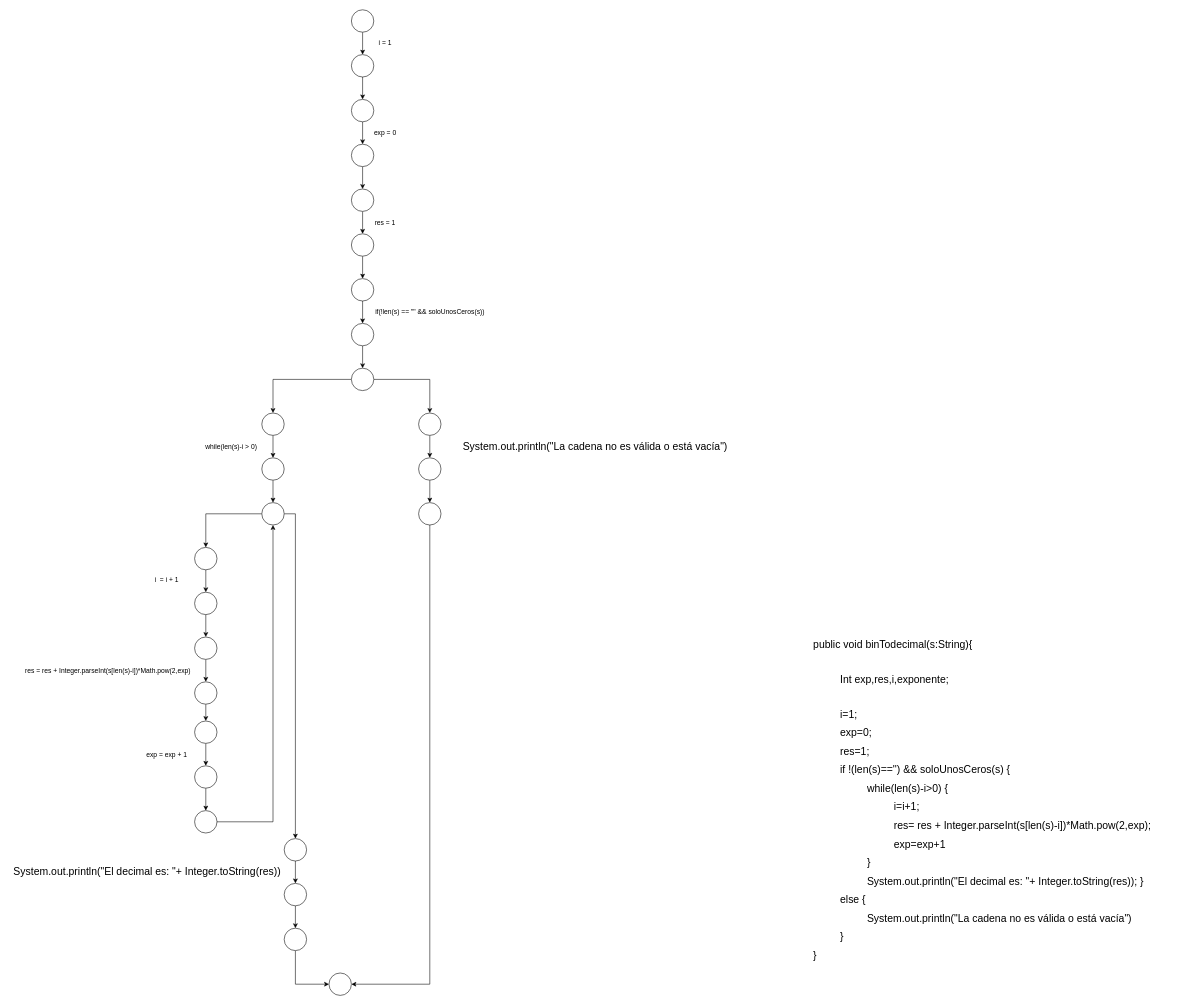
Above: DiagramFlujoDeControl/3erParcialDiseño.drawio in Luchit0-afk/Diagramas (draw.io), before the change. Source tidied: cells renumbered, new cells numbered last; positions are measured from the earlier drawing's top-left corner, leaving out a move shared by most shapes. Both pictures are drawn from the tidied source at 56%, with x=0, y=0 at pixel (10, 10).
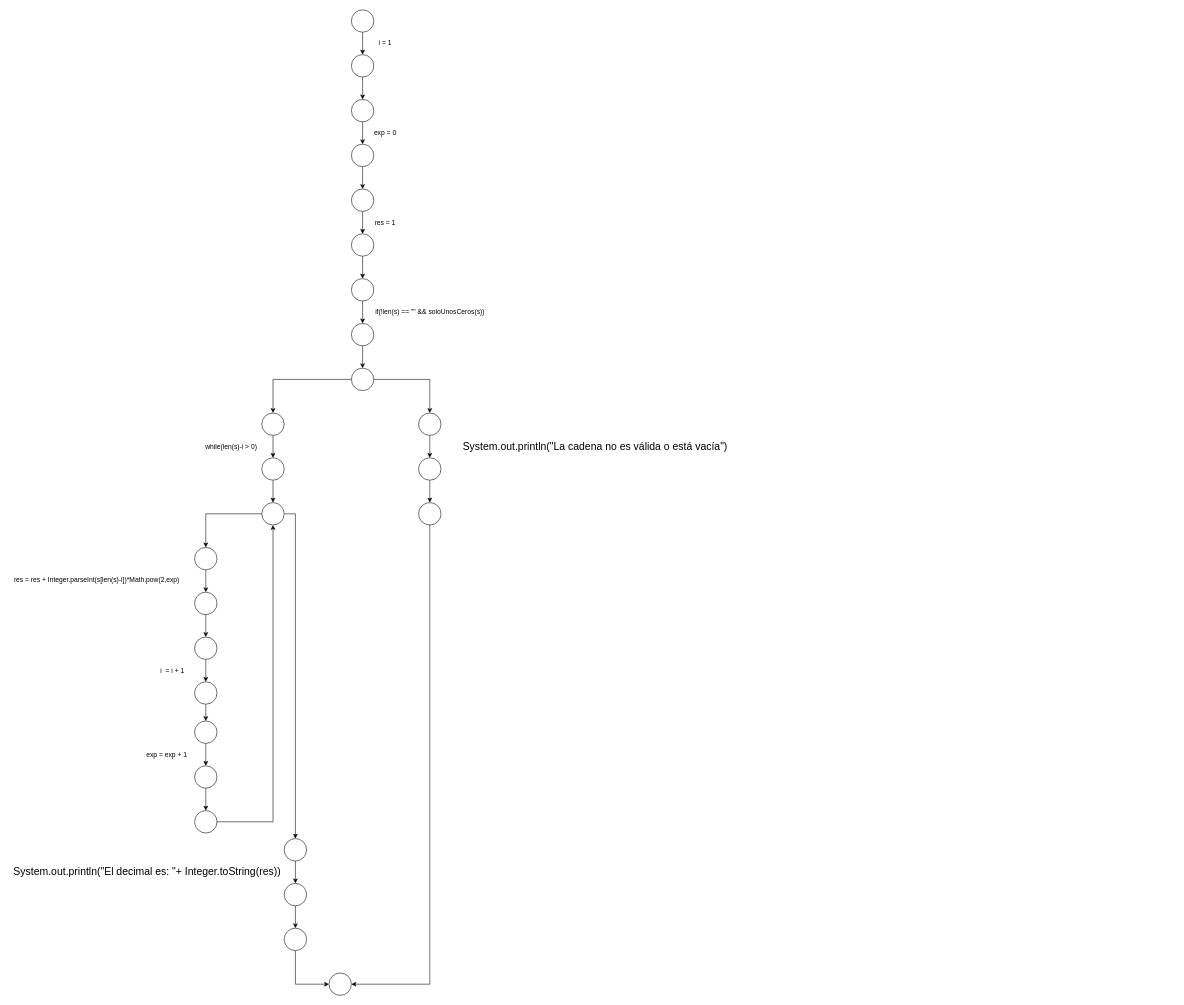
The same diagram, later.

Diff of the diagram source:
```diff
@@
-    <mxCell id="54" value="&lt;h1&gt;&lt;span style=&quot;font-weight: normal&quot; id=&quot;docs-internal-guid-828b50d0-7fff-ed6e-8576-66fa193321ca&quot;&gt;&lt;p dir=&quot;ltr&quot; style=&quot;line-height: 1.38 ; margin-top: 0pt ; margin-bottom: 0pt&quot;&gt;&lt;span style=&quot;font-size: 14pt ; font-family: &amp;#34;arial&amp;#34; ; background-color: transparent ; vertical-align: baseline&quot;&gt;public void binTodecimal(s:String){&amp;nbsp;&lt;/span&gt;&lt;/p&gt;&lt;br&gt;&lt;p dir=&quot;ltr&quot; style=&quot;line-height: 1.38 ; text-indent: 36pt ; margin-top: 0pt ; margin-bottom: 0pt&quot;&gt;&lt;span style=&quot;font-size: 14pt ; font-family: &amp;#34;arial&amp;#34; ; background-color: transparent ; vertical-align: baseline&quot;&gt;Int exp,res,i,exponente;&amp;nbsp;&lt;/span&gt;&lt;/p&gt;&lt;br&gt;&lt;p dir=&quot;ltr&quot; style=&quot;line-height: 1.38 ; text-indent: 36pt ; margin-top: 0pt ; margin-bottom: 0pt&quot;&gt;&lt;span style=&quot;font-size: 14pt ; font-family: &amp;#34;arial&amp;#34; ; background-color: transparent ; vertical-align: baseline&quot;&gt;i=1;&amp;nbsp;&lt;/span&gt;&lt;/p&gt;&lt;p dir=&quot;ltr&quot; style=&quot;line-height: 1.38 ; text-indent: 36pt ; margin-top: 0pt ; margin-bottom: 0pt&quot;&gt;&lt;span style=&quot;font-size: 14pt ; font-family: &amp;#34;arial&amp;#34; ; background-color: transparent ; vertical-align: baseline&quot;&gt;exp=0;&amp;nbsp;&lt;/span&gt;&lt;/p&gt;&lt;p dir=&quot;ltr&quot; style=&quot;line-height: 1.38 ; text-indent: 36pt ; margin-top: 0pt ; margin-bottom: 0pt&quot;&gt;&lt;span style=&quot;font-size: 14pt ; font-family: &amp;#34;arial&amp;#34; ; background-color: transparent ; vertical-align: baseline&quot;&gt;res=1;&amp;nbsp;&lt;/span&gt;&lt;/p&gt;&lt;p dir=&quot;ltr&quot; style=&quot;line-height: 1.38 ; text-indent: 36pt ; margin-top: 0pt ; margin-bottom: 0pt&quot;&gt;&lt;span style=&quot;font-size: 14pt ; font-family: &amp;#34;arial&amp;#34; ; background-color: transparent ; vertical-align: baseline&quot;&gt;if !(len(s)=='') &amp;amp;&amp;amp; soloUnosCeros(s) {&amp;nbsp;&lt;/span&gt;&lt;/p&gt;&lt;p dir=&quot;ltr&quot; style=&quot;line-height: 1.38 ; margin-left: 36pt ; text-indent: 36pt ; margin-top: 0pt ; margin-bottom: 0pt&quot;&gt;&lt;span style=&quot;font-size: 14pt ; font-family: &amp;#34;arial&amp;#34; ; background-color: transparent ; vertical-align: baseline&quot;&gt;while(len(s)-i&amp;gt;0) {&amp;nbsp;&lt;/span&gt;&lt;/p&gt;&lt;p dir=&quot;ltr&quot; style=&quot;line-height: 1.38 ; margin-left: 72pt ; text-indent: 36pt ; margin-top: 0pt ; margin-bottom: 0pt&quot;&gt;&lt;span style=&quot;font-size: 14pt ; font-family: &amp;#34;arial&amp;#34; ; background-color: transparent ; vertical-align: baseline&quot;&gt;i=i+1;&amp;nbsp;&lt;/span&gt;&lt;/p&gt;&lt;p dir=&quot;ltr&quot; style=&quot;line-height: 1.38 ; margin-left: 108pt ; margin-top: 0pt ; margin-bottom: 0pt&quot;&gt;&lt;span style=&quot;font-size: 14pt ; font-family: &amp;#34;arial&amp;#34; ; background-color: transparent ; vertical-align: baseline&quot;&gt;res= res + Integer.parseInt(s[len(s)-i])*Math.pow(2,exp); exp=exp+1&amp;nbsp;&lt;/span&gt;&lt;/p&gt;&lt;p dir=&quot;ltr&quot; style=&quot;line-height: 1.38 ; margin-left: 36pt ; text-indent: 36pt ; margin-top: 0pt ; margin-bottom: 0pt&quot;&gt;&lt;span style=&quot;font-size: 14pt ; font-family: &amp;#34;arial&amp;#34; ; background-color: transparent ; vertical-align: baseline&quot;&gt;}&amp;nbsp;&lt;/span&gt;&lt;/p&gt;&lt;p dir=&quot;ltr&quot; style=&quot;line-height: 1.38 ; margin-left: 36pt ; text-indent: 36pt ; margin-top: 0pt ; margin-bottom: 0pt&quot;&gt;&lt;span style=&quot;font-size: 14pt ; font-family: &amp;#34;arial&amp;#34; ; background-color: transparent ; vertical-align: baseline&quot;&gt;System.out.println(&quot;El decimal es: &quot;+ Integer.toString(res)); }&amp;nbsp;&lt;/span&gt;&lt;/p&gt;&lt;p dir=&quot;ltr&quot; style=&quot;line-height: 1.38 ; margin-left: 36pt ; margin-top: 0pt ; margin-bottom: 0pt&quot;&gt;&lt;span style=&quot;font-size: 14pt ; font-family: &amp;#34;arial&amp;#34; ; background-color: transparent ; vertical-align: baseline&quot;&gt;else {&amp;nbsp;&lt;/span&gt;&lt;/p&gt;&lt;p dir=&quot;ltr&quot; style=&quot;line-height: 1.38 ; margin-left: 36pt ; text-indent: 36pt ; margin-top: 0pt ; margin-bottom: 0pt&quot;&gt;&lt;span style=&quot;font-size: 14pt ; font-family: &amp;#34;arial&amp;#34; ; background-color: transparent ; vertical-align: baseline&quot;&gt;System.out.println(&quot;La cadena no es válida o está vacía&quot;)&amp;nbsp;&lt;/span&gt;&lt;/p&gt;&lt;p dir=&quot;ltr&quot; style=&quot;line-height: 1.38 ; margin-left: 36pt ; margin-top: 0pt ; margin-bottom: 0pt&quot;&gt;&lt;span style=&quot;font-size: 14pt ; font-family: &amp;#34;arial&amp;#34; ; background-color: transparent ; vertical-align: baseline&quot;&gt;}&amp;nbsp;&lt;/span&gt;&lt;/p&gt;&lt;p dir=&quot;ltr&quot; style=&quot;line-height: 1.38 ; margin-top: 0pt ; margin-bottom: 0pt&quot;&gt;&lt;span style=&quot;font-size: 14pt ; font-family: &amp;#34;arial&amp;#34; ; background-color: transparent ; vertical-align: baseline&quot;&gt;}&lt;/span&gt;&lt;/p&gt;&lt;div&gt;&lt;span style=&quot;font-size: 14pt ; font-family: &amp;#34;arial&amp;#34; ; background-color: transparent ; vertical-align: baseline&quot;&gt;&lt;br&gt;&lt;/span&gt;&lt;/div&gt;&lt;/span&gt;&lt;/h1&gt;" style="text;html=1;strokeColor=none;fillColor=none;spacing=5;spacingTop=-20;whiteSpace=wrap;overflow=hidden;rounded=0;" parent="1" vertex="1">
-      <mxGeometry x="1430" y="1110" width="650" height="610" as="geometry" />
-    </mxCell>
@@
     <mxCell id="60" value="i&amp;nbsp; = i + 1" style="text;html=1;align=center;verticalAlign=middle;strokeColor=none;" parent="1" vertex="1">
-      <mxGeometry x="250" y="1009" width="60" height="20" as="geometry" />
+      <mxGeometry x="260" y="1170" width="60" height="20" as="geometry" />
     </mxCell>
     <mxCell id="61" value="res = res + Integer.parseInt(s[len(s)-i])*Math.pow(2,exp)" style="text;html=1;align=center;verticalAlign=middle;strokeColor=none;" parent="1" vertex="1">
-      <mxGeometry x="20" y="1170" width="310" height="20" as="geometry" />
+      <mxGeometry y="1009" width="310" height="20" as="geometry" />
     </mxCell>
```
